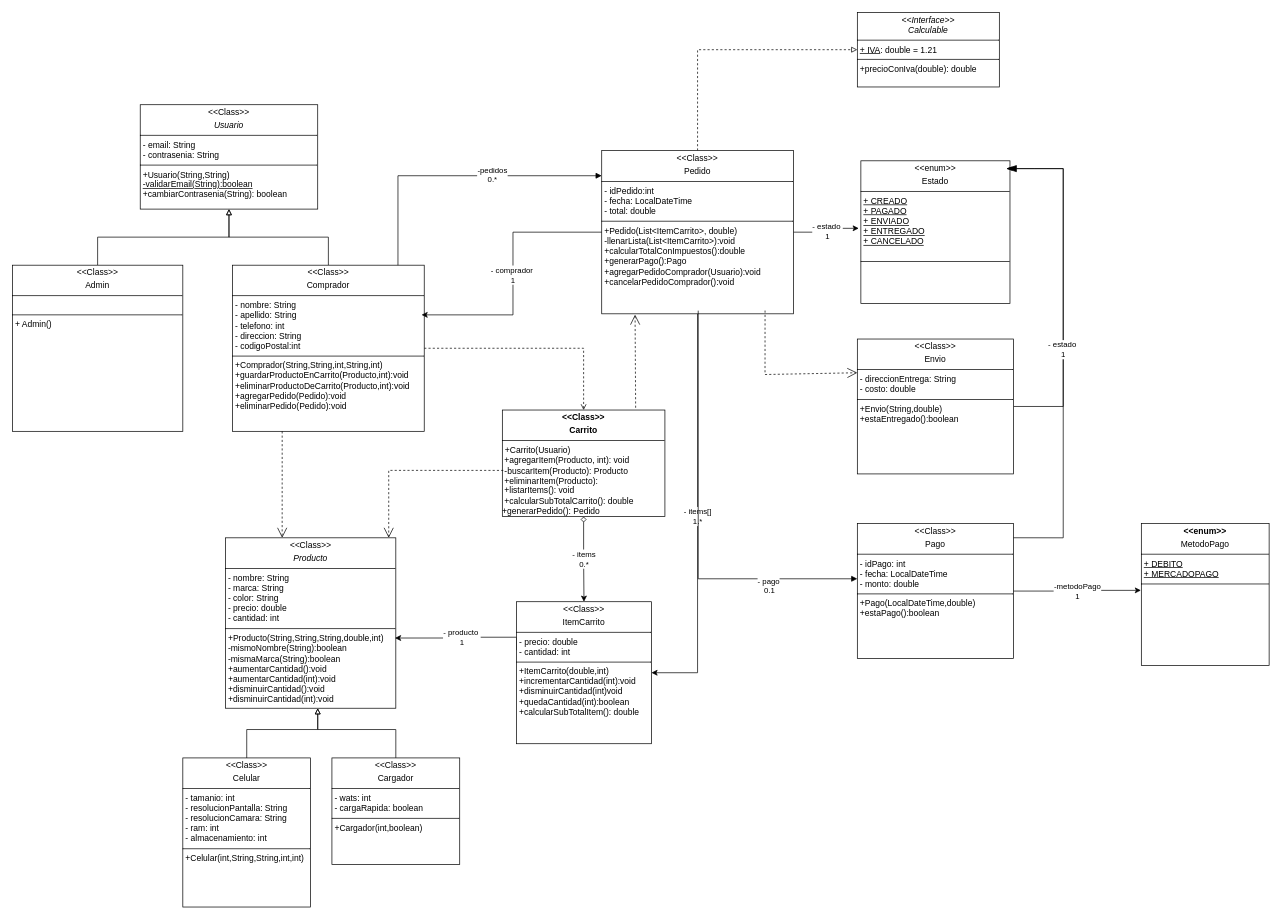
The draw.io diagram src/main/resources/uml/InitSpring.drawio in GermanHernando/ecommerce-springboot-project, before the edit. Source tidied: cells renumbered, new cells numbered last; positions are measured from the earlier drawing's top-left corner, leaving out a move shared by most shapes. Both pictures are drawn from the tidied source at 71%, with x=0, y=0 at pixel (12, 12).
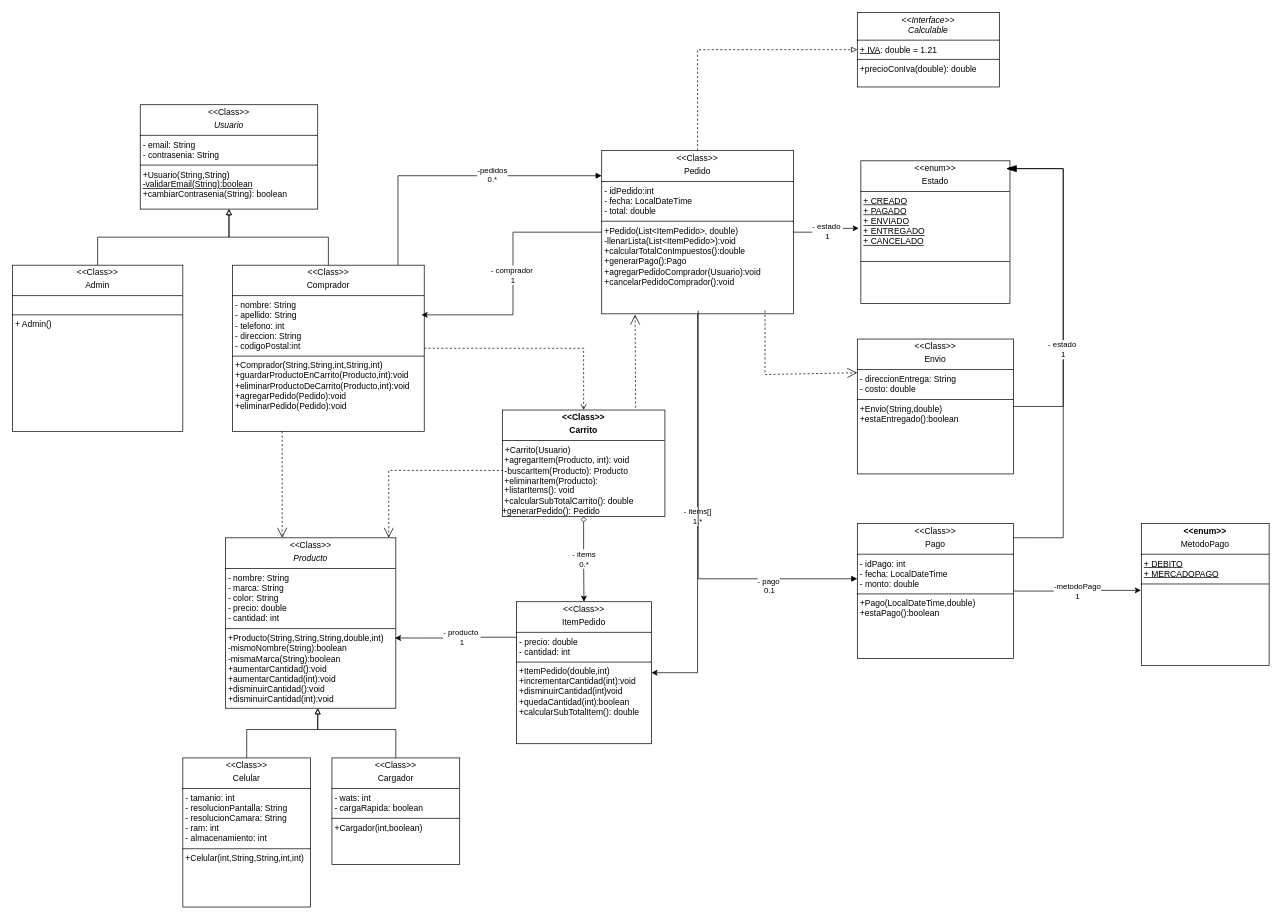
The same diagram, later.

Change to the diagram source:
```diff
@@
-    <mxCell id="19" value="&lt;p style=&quot;margin:0px;margin-top:4px;text-align:center;&quot;&gt;&amp;lt;&amp;lt;Class&amp;gt;&amp;gt;&lt;/p&gt;&lt;p style=&quot;margin:0px;margin-top:4px;text-align:center;&quot;&gt;Pedido&lt;/p&gt;&lt;hr size=&quot;1&quot; style=&quot;border-style:solid;&quot;&gt;&lt;p style=&quot;margin:0px;margin-left:4px;&quot;&gt;- idPedido:int&lt;/p&gt;&lt;p style=&quot;margin:0px;margin-left:4px;&quot;&gt;- fecha: LocalDateTime&lt;/p&gt;&lt;p style=&quot;margin:0px;margin-left:4px;&quot;&gt;- total: double&lt;/p&gt;&lt;hr size=&quot;1&quot; style=&quot;border-style:solid;&quot;&gt;&lt;p style=&quot;margin:0px;margin-left:4px;&quot;&gt;+Pedido(List&amp;lt;ItemCarrito&amp;gt;, double)&lt;/p&gt;&lt;p style=&quot;margin:0px;margin-left:4px;&quot;&gt;-llenarLista(List&amp;lt;ItemCarrito&amp;gt;):void&lt;/p&gt;&lt;p style=&quot;margin:0px;margin-left:4px;&quot;&gt;+calcularTotalConImpuestos():double&lt;/p&gt;&lt;p style=&quot;margin:0px;margin-left:4px;&quot;&gt;+generarPago():Pago&lt;/p&gt;&lt;p style=&quot;margin:0px;margin-left:4px;&quot;&gt;+agregarPedidoComprador(Usuario):void&lt;/p&gt;&lt;p style=&quot;margin:0px;margin-left:4px;&quot;&gt;+cancelarPedidoComprador():void&lt;/p&gt;" style="verticalAlign=top;align=left;overflow=fill;html=1;whiteSpace=wrap;" parent="1" vertex="1">
+    <mxCell id="19" value="&lt;p style=&quot;margin:0px;margin-top:4px;text-align:center;&quot;&gt;&amp;lt;&amp;lt;Class&amp;gt;&amp;gt;&lt;/p&gt;&lt;p style=&quot;margin:0px;margin-top:4px;text-align:center;&quot;&gt;Pedido&lt;/p&gt;&lt;hr size=&quot;1&quot; style=&quot;border-style:solid;&quot;&gt;&lt;p style=&quot;margin:0px;margin-left:4px;&quot;&gt;- idPedido:int&lt;/p&gt;&lt;p style=&quot;margin:0px;margin-left:4px;&quot;&gt;- fecha: LocalDateTime&lt;/p&gt;&lt;p style=&quot;margin:0px;margin-left:4px;&quot;&gt;- total: double&lt;/p&gt;&lt;hr size=&quot;1&quot; style=&quot;border-style:solid;&quot;&gt;&lt;p style=&quot;margin:0px;margin-left:4px;&quot;&gt;+Pedido(List&amp;lt;ItemPedido&amp;gt;, double)&lt;/p&gt;&lt;p style=&quot;margin:0px;margin-left:4px;&quot;&gt;-llenarLista(List&amp;lt;ItemPedido&amp;gt;):void&lt;/p&gt;&lt;p style=&quot;margin:0px;margin-left:4px;&quot;&gt;+calcularTotalConImpuestos():double&lt;/p&gt;&lt;p style=&quot;margin:0px;margin-left:4px;&quot;&gt;+generarPago():Pago&lt;/p&gt;&lt;p style=&quot;margin:0px;margin-left:4px;&quot;&gt;+agregarPedidoComprador(Usuario):void&lt;/p&gt;&lt;p style=&quot;margin:0px;margin-left:4px;&quot;&gt;+cancelarPedidoComprador():void&lt;/p&gt;" style="verticalAlign=top;align=left;overflow=fill;html=1;whiteSpace=wrap;" parent="1" vertex="1">
       <mxGeometry x="830" y="194.5" width="270" height="230" as="geometry" />
     </mxCell>
@@
-    <mxCell id="22" value="&lt;p style=&quot;margin:0px;margin-top:4px;text-align:center;&quot;&gt;&amp;lt;&amp;lt;Class&amp;gt;&amp;gt;&lt;/p&gt;&lt;p style=&quot;margin:0px;margin-top:4px;text-align:center;&quot;&gt;ItemCarrito&lt;/p&gt;&lt;hr size=&quot;1&quot; style=&quot;border-style:solid;&quot;&gt;&lt;p style=&quot;margin:0px;margin-left:4px;&quot;&gt;- precio: double&lt;/p&gt;&lt;p style=&quot;margin:0px;margin-left:4px;&quot;&gt;- cantidad: int&lt;/p&gt;&lt;hr size=&quot;1&quot; style=&quot;border-style:solid;&quot;&gt;&lt;p style=&quot;margin:0px;margin-left:4px;&quot;&gt;+ItemCarrito(double,int)&lt;/p&gt;&lt;p style=&quot;margin:0px;margin-left:4px;&quot;&gt;+incrementarCantidad(int):void&lt;/p&gt;&lt;p style=&quot;margin:0px;margin-left:4px;&quot;&gt;+disminuirCantidad(int)void&lt;/p&gt;&lt;p style=&quot;margin:0px;margin-left:4px;&quot;&gt;+quedaCantidad(int):boolean&lt;/p&gt;&lt;p style=&quot;margin:0px;margin-left:4px;&quot;&gt;+calcularSubTotalItem(): double&lt;/p&gt;" style="verticalAlign=top;align=left;overflow=fill;html=1;whiteSpace=wrap;" parent="1" vertex="1">
+    <mxCell id="22" value="&lt;p style=&quot;margin:0px;margin-top:4px;text-align:center;&quot;&gt;&amp;lt;&amp;lt;Class&amp;gt;&amp;gt;&lt;/p&gt;&lt;p style=&quot;margin:0px;margin-top:4px;text-align:center;&quot;&gt;ItemPedido&lt;/p&gt;&lt;hr size=&quot;1&quot; style=&quot;border-style:solid;&quot;&gt;&lt;p style=&quot;margin:0px;margin-left:4px;&quot;&gt;- precio: double&lt;/p&gt;&lt;p style=&quot;margin:0px;margin-left:4px;&quot;&gt;- cantidad: int&lt;/p&gt;&lt;hr size=&quot;1&quot; style=&quot;border-style:solid;&quot;&gt;&lt;p style=&quot;margin:0px;margin-left:4px;&quot;&gt;+ItemPedido(double,int)&lt;/p&gt;&lt;p style=&quot;margin:0px;margin-left:4px;&quot;&gt;+incrementarCantidad(int):void&lt;/p&gt;&lt;p style=&quot;margin:0px;margin-left:4px;&quot;&gt;+disminuirCantidad(int)void&lt;/p&gt;&lt;p style=&quot;margin:0px;margin-left:4px;&quot;&gt;+quedaCantidad(int):boolean&lt;/p&gt;&lt;p style=&quot;margin:0px;margin-left:4px;&quot;&gt;+calcularSubTotalItem(): double&lt;/p&gt;" style="verticalAlign=top;align=left;overflow=fill;html=1;whiteSpace=wrap;" parent="1" vertex="1">
       <mxGeometry x="710" y="830" width="190" height="200" as="geometry" />
     </mxCell>
```
